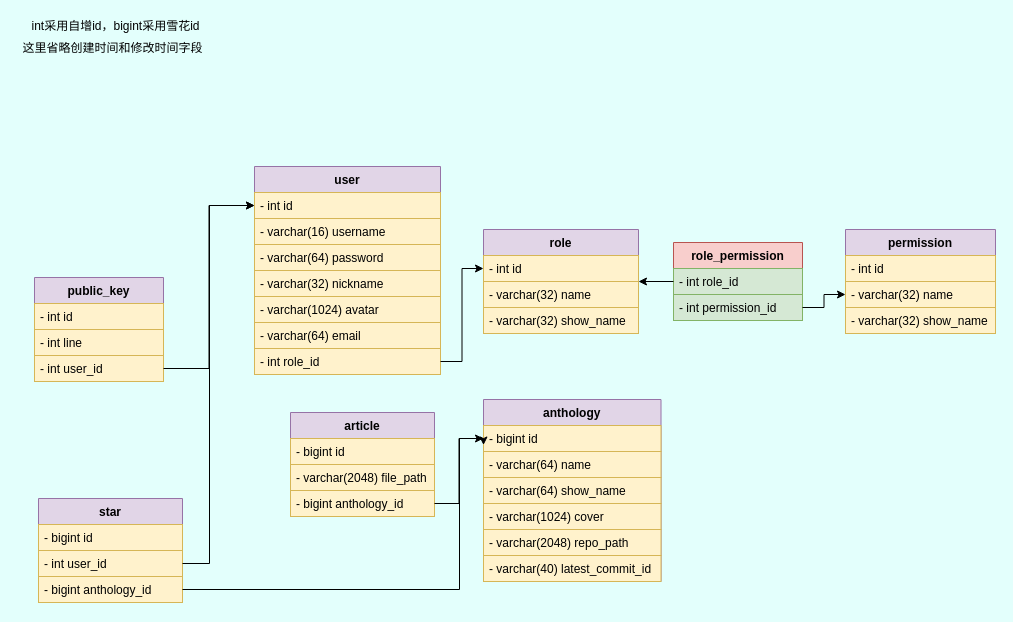
The draw.io diagram page "数据库" (2 of 3) of server-springboot/后端类图.dio in swsk33/git-document, before the edit. Source tidied: cells renumbered, new cells numbered last; positions are measured from the earlier drawing's top-left corner, leaving out a move shared by most shapes. Both pictures are drawn from the tidied source at 100%, with x=0, y=0 at pixel (17, 17).
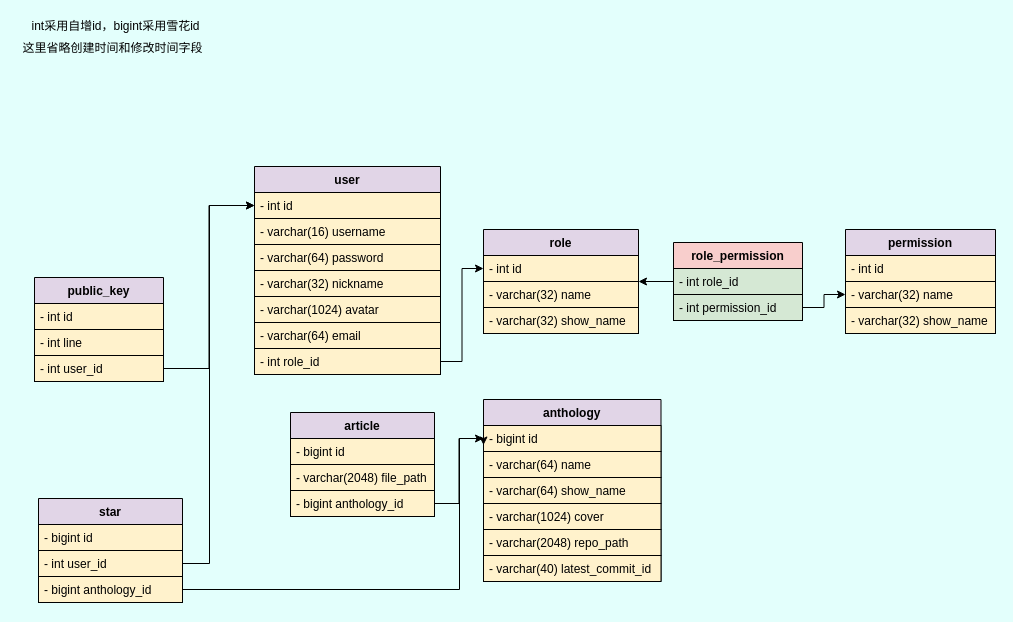
The same page after the edit.

The edit, as a diff of the source:
```diff
@@
-    <mxCell id="2" value="user" style="swimlane;fontStyle=1;align=center;verticalAlign=top;horizontal=1;startSize=26;fillColor=#e1d5e7;strokeColor=#9673a6;" parent="1" vertex="1">
+    <mxCell id="2" value="user" style="swimlane;fontStyle=1;align=center;verticalAlign=top;horizontal=1;startSize=26;fillColor=#e1d5e7;strokeColor=#000000;fontColor=#000000;" parent="1" vertex="1">
       <mxGeometry x="237" y="149" width="186" height="208" as="geometry" />
     </mxCell>
-    <mxCell id="3" value="- int id" style="text;strokeColor=#d6b656;fillColor=#fff2cc;align=left;verticalAlign=top;spacingLeft=4;spacingRight=4;overflow=hidden;points=[[0,0.5],[1,0.5]];portConstraint=eastwest;" parent="2" vertex="1">
+    <mxCell id="3" value="- int id" style="text;strokeColor=#000000;fillColor=#fff2cc;align=left;verticalAlign=top;spacingLeft=4;spacingRight=4;overflow=hidden;points=[[0,0.5],[1,0.5]];portConstraint=eastwest;fontColor=#000000;" parent="2" vertex="1">
       <mxGeometry y="26" width="186" height="26" as="geometry" />
     </mxCell>
-    <mxCell id="4" value="- varchar(16) username" style="text;strokeColor=#d6b656;fillColor=#fff2cc;align=left;verticalAlign=top;spacingLeft=4;spacingRight=4;overflow=hidden;" parent="2" vertex="1">
+    <mxCell id="4" value="- varchar(16) username" style="text;strokeColor=#000000;fillColor=#fff2cc;align=left;verticalAlign=top;spacingLeft=4;spacingRight=4;overflow=hidden;fontColor=#000000;" parent="2" vertex="1">
       <mxGeometry y="52" width="186" height="26" as="geometry" />
     </mxCell>
-    <mxCell id="5" value="- varchar(64) password" style="text;strokeColor=#d6b656;fillColor=#fff2cc;align=left;verticalAlign=top;spacingLeft=4;spacingRight=4;overflow=hidden;" parent="2" vertex="1">
+    <mxCell id="5" value="- varchar(64) password" style="text;strokeColor=#000000;fillColor=#fff2cc;align=left;verticalAlign=top;spacingLeft=4;spacingRight=4;overflow=hidden;fontColor=#000000;" parent="2" vertex="1">
       <mxGeometry y="78" width="186" height="26" as="geometry" />
     </mxCell>
-    <mxCell id="6" value="- varchar(32) nickname" style="text;strokeColor=#d6b656;fillColor=#fff2cc;align=left;verticalAlign=top;spacingLeft=4;spacingRight=4;overflow=hidden;" parent="2" vertex="1">
+    <mxCell id="6" value="- varchar(32) nickname" style="text;strokeColor=#000000;fillColor=#fff2cc;align=left;verticalAlign=top;spacingLeft=4;spacingRight=4;overflow=hidden;fontColor=#000000;" parent="2" vertex="1">
       <mxGeometry y="104" width="186" height="26" as="geometry" />
     </mxCell>
-    <mxCell id="7" value="- varchar(1024) avatar" style="text;strokeColor=#d6b656;fillColor=#fff2cc;align=left;verticalAlign=top;spacingLeft=4;spacingRight=4;overflow=hidden;" parent="2" vertex="1">
+    <mxCell id="7" value="- varchar(1024) avatar" style="text;strokeColor=#000000;fillColor=#fff2cc;align=left;verticalAlign=top;spacingLeft=4;spacingRight=4;overflow=hidden;fontColor=#000000;" parent="2" vertex="1">
       <mxGeometry y="130" width="186" height="26" as="geometry" />
     </mxCell>
-    <mxCell id="8" value="- varchar(64) email" style="text;strokeColor=#d6b656;fillColor=#fff2cc;align=left;verticalAlign=top;spacingLeft=4;spacingRight=4;overflow=hidden;" parent="2" vertex="1">
+    <mxCell id="8" value="- varchar(64) email" style="text;strokeColor=#000000;fillColor=#fff2cc;align=left;verticalAlign=top;spacingLeft=4;spacingRight=4;overflow=hidden;fontColor=#000000;" parent="2" vertex="1">
       <mxGeometry y="156" width="186" height="26" as="geometry" />
     </mxCell>
-    <mxCell id="9" value="- int role_id" style="text;strokeColor=#d6b656;fillColor=#fff2cc;align=left;verticalAlign=top;spacingLeft=4;spacingRight=4;overflow=hidden;points=[[0,0.5],[1,0.5]];portConstraint=eastwest;" parent="2" vertex="1">
+    <mxCell id="9" value="- int role_id" style="text;strokeColor=#000000;fillColor=#fff2cc;align=left;verticalAlign=top;spacingLeft=4;spacingRight=4;overflow=hidden;points=[[0,0.5],[1,0.5]];portConstraint=eastwest;fontColor=#000000;" parent="2" vertex="1">
       <mxGeometry y="182" width="186" height="26" as="geometry" />
     </mxCell>
-    <mxCell id="10" value="role" style="swimlane;fontStyle=1;align=center;verticalAlign=top;horizontal=1;startSize=26;fillColor=#e1d5e7;strokeColor=#9673a6;" parent="1" vertex="1">
+    <mxCell id="10" value="role" style="swimlane;fontStyle=1;align=center;verticalAlign=top;horizontal=1;startSize=26;fillColor=#e1d5e7;strokeColor=#000000;fontColor=#000000;" parent="1" vertex="1">
       <mxGeometry x="466" y="212" width="155" height="104" as="geometry" />
     </mxCell>
-    <mxCell id="11" value="- int id" style="text;strokeColor=#d6b656;fillColor=#fff2cc;align=left;verticalAlign=top;spacingLeft=4;spacingRight=4;overflow=hidden;points=[[0,0.5],[1,0.5]];portConstraint=eastwest;" parent="10" vertex="1">
+    <mxCell id="11" value="- int id" style="text;strokeColor=#000000;fillColor=#fff2cc;align=left;verticalAlign=top;spacingLeft=4;spacingRight=4;overflow=hidden;points=[[0,0.5],[1,0.5]];portConstraint=eastwest;fontColor=#000000;" parent="10" vertex="1">
       <mxGeometry y="26" width="155" height="26" as="geometry" />
     </mxCell>
-    <mxCell id="12" value="- varchar(32) name" style="text;strokeColor=#d6b656;fillColor=#fff2cc;align=left;verticalAlign=top;spacingLeft=4;spacingRight=4;overflow=hidden;" parent="10" vertex="1">
+    <mxCell id="12" value="- varchar(32) name" style="text;strokeColor=#000000;fillColor=#fff2cc;align=left;verticalAlign=top;spacingLeft=4;spacingRight=4;overflow=hidden;fontColor=#000000;" parent="10" vertex="1">
       <mxGeometry y="52" width="155" height="26" as="geometry" />
     </mxCell>
-    <mxCell id="13" value="- varchar(32) show_name" style="text;strokeColor=#d6b656;fillColor=#fff2cc;align=left;verticalAlign=top;spacingLeft=4;spacingRight=4;overflow=hidden;" parent="10" vertex="1">
+    <mxCell id="13" value="- varchar(32) show_name" style="text;strokeColor=#000000;fillColor=#fff2cc;align=left;verticalAlign=top;spacingLeft=4;spacingRight=4;overflow=hidden;fontColor=#000000;" parent="10" vertex="1">
       <mxGeometry y="78" width="155" height="26" as="geometry" />
     </mxCell>
-    <mxCell id="14" value="permission" style="swimlane;fontStyle=1;align=center;verticalAlign=top;horizontal=1;startSize=26;fillColor=#e1d5e7;strokeColor=#9673a6;" parent="1" vertex="1">
+    <mxCell id="14" value="permission" style="swimlane;fontStyle=1;align=center;verticalAlign=top;horizontal=1;startSize=26;fillColor=#e1d5e7;strokeColor=#000000;fontColor=#000000;" parent="1" vertex="1">
       <mxGeometry x="828" y="212" width="150" height="104" as="geometry" />
     </mxCell>
-    <mxCell id="15" value="- int id" style="text;strokeColor=#d6b656;fillColor=#fff2cc;align=left;verticalAlign=top;spacingLeft=4;spacingRight=4;overflow=hidden;" parent="14" vertex="1">
+    <mxCell id="15" value="- int id" style="text;strokeColor=#000000;fillColor=#fff2cc;align=left;verticalAlign=top;spacingLeft=4;spacingRight=4;overflow=hidden;fontColor=#000000;" parent="14" vertex="1">
       <mxGeometry y="26" width="150" height="26" as="geometry" />
     </mxCell>
-    <mxCell id="16" value="- varchar(32) name" style="text;strokeColor=#d6b656;fillColor=#fff2cc;align=left;verticalAlign=top;spacingLeft=4;spacingRight=4;overflow=hidden;points=[[0,0.5],[1,0.5]];portConstraint=eastwest;" parent="14" vertex="1">
+    <mxCell id="16" value="- varchar(32) name" style="text;strokeColor=#000000;fillColor=#fff2cc;align=left;verticalAlign=top;spacingLeft=4;spacingRight=4;overflow=hidden;points=[[0,0.5],[1,0.5]];portConstraint=eastwest;fontColor=#000000;" parent="14" vertex="1">
       <mxGeometry y="52" width="150" height="26" as="geometry" />
     </mxCell>
-    <mxCell id="17" value="- varchar(32) show_name" style="text;strokeColor=#d6b656;fillColor=#fff2cc;align=left;verticalAlign=top;spacingLeft=4;spacingRight=4;overflow=hidden;" parent="14" vertex="1">
+    <mxCell id="17" value="- varchar(32) show_name" style="text;strokeColor=#000000;fillColor=#fff2cc;align=left;verticalAlign=top;spacingLeft=4;spacingRight=4;overflow=hidden;fontColor=#000000;" parent="14" vertex="1">
       <mxGeometry y="78" width="150" height="26" as="geometry" />
     </mxCell>
-    <mxCell id="18" value="role_permission" style="swimlane;fontStyle=1;align=center;verticalAlign=top;horizontal=1;startSize=26;fillColor=#f8cecc;strokeColor=#b85450;" parent="1" vertex="1">
+    <mxCell id="18" value="role_permission" style="swimlane;fontStyle=1;align=center;verticalAlign=top;horizontal=1;startSize=26;fillColor=#f8cecc;strokeColor=#000000;fontColor=#000000;" parent="1" vertex="1">
       <mxGeometry x="656" y="225" width="129" height="78" as="geometry" />
     </mxCell>
-    <mxCell id="19" value="- int role_id" style="text;strokeColor=#82b366;fillColor=#d5e8d4;align=left;verticalAlign=top;spacingLeft=4;spacingRight=4;overflow=hidden;points=[[0,0.5],[1,0.5]];portConstraint=eastwest;" parent="18" vertex="1">
+    <mxCell id="19" value="- int role_id" style="text;strokeColor=#000000;fillColor=#d5e8d4;align=left;verticalAlign=top;spacingLeft=4;spacingRight=4;overflow=hidden;points=[[0,0.5],[1,0.5]];portConstraint=eastwest;fontColor=#000000;" parent="18" vertex="1">
       <mxGeometry y="26" width="129" height="26" as="geometry" />
     </mxCell>
-    <mxCell id="20" value="- int permission_id" style="text;strokeColor=#82b366;fillColor=#d5e8d4;align=left;verticalAlign=top;spacingLeft=4;spacingRight=4;overflow=hidden;points=[[0,0.5],[1,0.5]];portConstraint=eastwest;" parent="18" vertex="1">
+    <mxCell id="20" value="- int permission_id" style="text;strokeColor=#000000;fillColor=#d5e8d4;align=left;verticalAlign=top;spacingLeft=4;spacingRight=4;overflow=hidden;points=[[0,0.5],[1,0.5]];portConstraint=eastwest;fontColor=#000000;" parent="18" vertex="1">
       <mxGeometry y="52" width="129" height="26" as="geometry" />
     </mxCell>
-    <mxCell id="21" style="edgeStyle=orthogonalEdgeStyle;rounded=0;jettySize=auto;html=1;exitX=1;exitY=0.5;exitDx=0;exitDy=0;entryX=0;entryY=0.5;entryDx=0;entryDy=0;fontColor=#FF66B3;endArrow=classic;endFill=1;" parent="1" edge="1" source="9" target="11">
+    <mxCell id="21" style="edgeStyle=orthogonalEdgeStyle;rounded=0;jettySize=auto;html=1;exitX=1;exitY=0.5;exitDx=0;exitDy=0;entryX=0;entryY=0.5;entryDx=0;entryDy=0;fontColor=#000000;endArrow=classic;endFill=1;strokeColor=#000000;" parent="1" edge="1" source="9" target="11">
       <mxGeometry relative="1" as="geometry" />
     </mxCell>
-    <mxCell id="22" value="public_key" style="swimlane;fontStyle=1;align=center;verticalAlign=top;horizontal=1;startSize=26;fillColor=#e1d5e7;strokeColor=#9673a6;" parent="1" vertex="1">
+    <mxCell id="22" value="public_key" style="swimlane;fontStyle=1;align=center;verticalAlign=top;horizontal=1;startSize=26;fillColor=#e1d5e7;strokeColor=#000000;fontColor=#000000;" parent="1" vertex="1">
       <mxGeometry x="17" y="260" width="129" height="104" as="geometry" />
     </mxCell>
-    <mxCell id="23" value="- int id" style="text;strokeColor=#d6b656;fillColor=#fff2cc;align=left;verticalAlign=top;spacingLeft=4;spacingRight=4;overflow=hidden;" parent="22" vertex="1">
+    <mxCell id="23" value="- int id" style="text;strokeColor=#000000;fillColor=#fff2cc;align=left;verticalAlign=top;spacingLeft=4;spacingRight=4;overflow=hidden;fontColor=#000000;" parent="22" vertex="1">
       <mxGeometry y="26" width="129" height="26" as="geometry" />
     </mxCell>
-    <mxCell id="24" value="- int line" style="text;strokeColor=#d6b656;fillColor=#fff2cc;align=left;verticalAlign=top;spacingLeft=4;spacingRight=4;overflow=hidden;" parent="22" vertex="1">
+    <mxCell id="24" value="- int line" style="text;strokeColor=#000000;fillColor=#fff2cc;align=left;verticalAlign=top;spacingLeft=4;spacingRight=4;overflow=hidden;fontColor=#000000;" parent="22" vertex="1">
       <mxGeometry y="52" width="129" height="26" as="geometry" />
     </mxCell>
-    <mxCell id="25" value="- int user_id" style="text;strokeColor=#d6b656;fillColor=#fff2cc;align=left;verticalAlign=top;spacingLeft=4;spacingRight=4;overflow=hidden;points=[[0,0.5],[1,0.5]];portConstraint=eastwest;" parent="22" vertex="1">
+    <mxCell id="25" value="- int user_id" style="text;strokeColor=#000000;fillColor=#fff2cc;align=left;verticalAlign=top;spacingLeft=4;spacingRight=4;overflow=hidden;points=[[0,0.5],[1,0.5]];portConstraint=eastwest;fontColor=#000000;" parent="22" vertex="1">
       <mxGeometry y="78" width="129" height="26" as="geometry" />
     </mxCell>
-    <mxCell id="26" style="edgeStyle=orthogonalEdgeStyle;rounded=0;jettySize=auto;html=1;exitX=1;exitY=0.5;exitDx=0;exitDy=0;fontColor=#FF66B3;endArrow=classic;endFill=1;entryX=0;entryY=0.5;entryDx=0;entryDy=0;" parent="1" edge="1" source="25" target="3">
+    <mxCell id="26" style="edgeStyle=orthogonalEdgeStyle;rounded=0;jettySize=auto;html=1;exitX=1;exitY=0.5;exitDx=0;exitDy=0;fontColor=#000000;endArrow=classic;endFill=1;entryX=0;entryY=0.5;entryDx=0;entryDy=0;strokeColor=#000000;" parent="1" edge="1" source="25" target="3">
       <mxGeometry relative="1" as="geometry" />
     </mxCell>
-    <mxCell id="27" value="article" style="swimlane;fontStyle=1;align=center;verticalAlign=top;horizontal=1;startSize=26;fillColor=#e1d5e7;strokeColor=#9673a6;" parent="1" vertex="1">
+    <mxCell id="27" value="article" style="swimlane;fontStyle=1;align=center;verticalAlign=top;horizontal=1;startSize=26;fillColor=#e1d5e7;strokeColor=#000000;fontColor=#000000;" parent="1" vertex="1">
       <mxGeometry x="273" y="395" width="144" height="104" as="geometry" />
     </mxCell>
-    <mxCell id="28" value="- bigint id" style="text;strokeColor=#d6b656;fillColor=#fff2cc;align=left;verticalAlign=top;spacingLeft=4;spacingRight=4;overflow=hidden;" parent="27" vertex="1">
+    <mxCell id="28" value="- bigint id" style="text;strokeColor=#000000;fillColor=#fff2cc;align=left;verticalAlign=top;spacingLeft=4;spacingRight=4;overflow=hidden;fontColor=#000000;" parent="27" vertex="1">
       <mxGeometry y="26" width="144" height="26" as="geometry" />
     </mxCell>
-    <mxCell id="29" value="- varchar(2048) file_path" style="text;strokeColor=#d6b656;fillColor=#fff2cc;align=left;verticalAlign=top;spacingLeft=4;spacingRight=4;overflow=hidden;" parent="27" vertex="1">
+    <mxCell id="29" value="- varchar(2048) file_path" style="text;strokeColor=#000000;fillColor=#fff2cc;align=left;verticalAlign=top;spacingLeft=4;spacingRight=4;overflow=hidden;fontColor=#000000;" parent="27" vertex="1">
       <mxGeometry y="52" width="144" height="26" as="geometry" />
     </mxCell>
-    <mxCell id="30" value="- bigint anthology_id" style="text;strokeColor=#d6b656;fillColor=#fff2cc;align=left;verticalAlign=top;spacingLeft=4;spacingRight=4;overflow=hidden;points=[[0,0.5],[1,0.5]];portConstraint=eastwest;" parent="27" vertex="1">
+    <mxCell id="30" value="- bigint anthology_id" style="text;strokeColor=#000000;fillColor=#fff2cc;align=left;verticalAlign=top;spacingLeft=4;spacingRight=4;overflow=hidden;points=[[0,0.5],[1,0.5]];portConstraint=eastwest;fontColor=#000000;" parent="27" vertex="1">
       <mxGeometry y="78" width="144" height="26" as="geometry" />
     </mxCell>
-    <mxCell id="31" value="anthology" style="swimlane;fontStyle=1;align=center;verticalAlign=top;horizontal=1;startSize=26;fillColor=#e1d5e7;strokeColor=#9673a6;" parent="1" vertex="1">
+    <mxCell id="31" value="anthology" style="swimlane;fontStyle=1;align=center;verticalAlign=top;horizontal=1;startSize=26;fillColor=#e1d5e7;strokeColor=#000000;fontColor=#000000;" parent="1" vertex="1">
       <mxGeometry x="466" y="382" width="177.5" height="182" as="geometry" />
     </mxCell>
-    <mxCell id="32" value="- bigint id" style="text;strokeColor=#d6b656;fillColor=#fff2cc;align=left;verticalAlign=top;spacingLeft=4;spacingRight=4;overflow=hidden;points=[[0,0.5],[1,0.5]];portConstraint=eastwest;" parent="31" vertex="1">
+    <mxCell id="32" value="- bigint id" style="text;strokeColor=#000000;fillColor=#fff2cc;align=left;verticalAlign=top;spacingLeft=4;spacingRight=4;overflow=hidden;points=[[0,0.5],[1,0.5]];portConstraint=eastwest;fontColor=#000000;" parent="31" vertex="1">
       <mxGeometry y="26" width="177.5" height="26" as="geometry" />
     </mxCell>
-    <mxCell id="33" value="- varchar(64) name" style="text;strokeColor=#d6b656;fillColor=#fff2cc;align=left;verticalAlign=top;spacingLeft=4;spacingRight=4;overflow=hidden;" parent="31" vertex="1">
+    <mxCell id="33" value="- varchar(64) name" style="text;strokeColor=#000000;fillColor=#fff2cc;align=left;verticalAlign=top;spacingLeft=4;spacingRight=4;overflow=hidden;fontColor=#000000;" parent="31" vertex="1">
       <mxGeometry y="52" width="177.5" height="26" as="geometry" />
     </mxCell>
-    <mxCell id="34" value="- varchar(64) show_name" style="text;strokeColor=#d6b656;fillColor=#fff2cc;align=left;verticalAlign=top;spacingLeft=4;spacingRight=4;overflow=hidden;" parent="31" vertex="1">
+    <mxCell id="34" value="- varchar(64) show_name" style="text;strokeColor=#000000;fillColor=#fff2cc;align=left;verticalAlign=top;spacingLeft=4;spacingRight=4;overflow=hidden;fontColor=#000000;" parent="31" vertex="1">
       <mxGeometry y="78" width="177.5" height="26" as="geometry" />
     </mxCell>
-    <mxCell id="35" value="- varchar(1024) cover" style="text;strokeColor=#d6b656;fillColor=#fff2cc;align=left;verticalAlign=top;spacingLeft=4;spacingRight=4;overflow=hidden;" parent="31" vertex="1">
+    <mxCell id="35" value="- varchar(1024) cover" style="text;strokeColor=#000000;fillColor=#fff2cc;align=left;verticalAlign=top;spacingLeft=4;spacingRight=4;overflow=hidden;fontColor=#000000;" parent="31" vertex="1">
       <mxGeometry y="104" width="177.5" height="26" as="geometry" />
     </mxCell>
-    <mxCell id="36" value="- varchar(2048) repo_path" style="text;strokeColor=#d6b656;fillColor=#fff2cc;align=left;verticalAlign=top;spacingLeft=4;spacingRight=4;overflow=hidden;" parent="31" vertex="1">
+    <mxCell id="36" value="- varchar(2048) repo_path" style="text;strokeColor=#000000;fillColor=#fff2cc;align=left;verticalAlign=top;spacingLeft=4;spacingRight=4;overflow=hidden;fontColor=#000000;" parent="31" vertex="1">
       <mxGeometry y="130" width="177.5" height="26" as="geometry" />
     </mxCell>
-    <mxCell id="37" value="- varchar(40) latest_commit_id" style="text;strokeColor=#d6b656;fillColor=#fff2cc;align=left;verticalAlign=top;spacingLeft=4;spacingRight=4;overflow=hidden;" parent="31" vertex="1">
+    <mxCell id="37" value="- varchar(40) latest_commit_id" style="text;strokeColor=#000000;fillColor=#fff2cc;align=left;verticalAlign=top;spacingLeft=4;spacingRight=4;overflow=hidden;fontColor=#000000;" parent="31" vertex="1">
       <mxGeometry y="156" width="177.5" height="26" as="geometry" />
     </mxCell>
-    <mxCell id="38" style="edgeStyle=orthogonalEdgeStyle;rounded=0;jettySize=auto;html=1;exitX=1;exitY=0.5;exitDx=0;exitDy=0;entryX=0;entryY=0.5;entryDx=0;entryDy=0;fontColor=#FF66B3;endArrow=classic;endFill=1;" parent="1" edge="1" source="30" target="32">
+    <mxCell id="38" style="edgeStyle=orthogonalEdgeStyle;rounded=0;jettySize=auto;html=1;exitX=1;exitY=0.5;exitDx=0;exitDy=0;entryX=0;entryY=0.5;entryDx=0;entryDy=0;fontColor=#000000;endArrow=classic;endFill=1;strokeColor=#000000;" parent="1" edge="1" source="30" target="32">
       <mxGeometry relative="1" as="geometry" />
     </mxCell>
@@
-    <mxCell id="40" style="edgeStyle=orthogonalEdgeStyle;rounded=0;jettySize=auto;html=1;exitX=0;exitY=0.5;exitDx=0;exitDy=0;entryX=1;entryY=0.5;entryDx=0;entryDy=0;" parent="1" edge="1" source="19" target="10">
+    <mxCell id="40" style="edgeStyle=orthogonalEdgeStyle;rounded=0;jettySize=auto;html=1;exitX=0;exitY=0.5;exitDx=0;exitDy=0;entryX=1;entryY=0.5;entryDx=0;entryDy=0;fontColor=#000000;strokeColor=#000000;" parent="1" edge="1" source="19" target="10">
       <mxGeometry relative="1" as="geometry" />
     </mxCell>
-    <mxCell id="41" style="edgeStyle=orthogonalEdgeStyle;rounded=0;jettySize=auto;html=1;exitX=1;exitY=0.5;exitDx=0;exitDy=0;" parent="1" edge="1" source="20" target="16">
+    <mxCell id="41" style="edgeStyle=orthogonalEdgeStyle;rounded=0;jettySize=auto;html=1;exitX=1;exitY=0.5;exitDx=0;exitDy=0;fontColor=#000000;strokeColor=#000000;" parent="1" edge="1" source="20" target="16">
       <mxGeometry relative="1" as="geometry" />
     </mxCell>
-    <mxCell id="42" value="这里省略创建时间和修改时间字段" style="text;html=1;align=center;verticalAlign=middle;strokeColor=none;fillColor=none;" parent="1" vertex="1">
+    <mxCell id="42" value="这里省略创建时间和修改时间字段" style="text;html=1;align=center;verticalAlign=middle;strokeColor=none;fillColor=none;fontColor=#000000;" parent="1" vertex="1">
       <mxGeometry y="22" width="190" height="18" as="geometry" />
     </mxCell>
-    <mxCell id="43" value="star" style="swimlane;fontStyle=1;align=center;verticalAlign=top;horizontal=1;startSize=26;fillColor=#e1d5e7;strokeColor=#9673a6;" parent="1" vertex="1">
+    <mxCell id="43" value="star" style="swimlane;fontStyle=1;align=center;verticalAlign=top;horizontal=1;startSize=26;fillColor=#e1d5e7;strokeColor=#000000;fontColor=#000000;" parent="1" vertex="1">
       <mxGeometry x="21" y="481" width="144" height="104" as="geometry" />
     </mxCell>
-    <mxCell id="44" value="- bigint id" style="text;strokeColor=#d6b656;fillColor=#fff2cc;align=left;verticalAlign=top;spacingLeft=4;spacingRight=4;overflow=hidden;" parent="43" vertex="1">
+    <mxCell id="44" value="- bigint id" style="text;strokeColor=#000000;fillColor=#fff2cc;align=left;verticalAlign=top;spacingLeft=4;spacingRight=4;overflow=hidden;fontColor=#000000;" parent="43" vertex="1">
       <mxGeometry y="26" width="144" height="26" as="geometry" />
     </mxCell>
-    <mxCell id="45" value="- int user_id" style="text;strokeColor=#d6b656;fillColor=#fff2cc;align=left;verticalAlign=top;spacingLeft=4;spacingRight=4;overflow=hidden;points=[[0,0.5],[1,0.5]];portConstraint=eastwest;" parent="43" vertex="1">
+    <mxCell id="45" value="- int user_id" style="text;strokeColor=#000000;fillColor=#fff2cc;align=left;verticalAlign=top;spacingLeft=4;spacingRight=4;overflow=hidden;points=[[0,0.5],[1,0.5]];portConstraint=eastwest;fontColor=#000000;" parent="43" vertex="1">
       <mxGeometry y="52" width="144" height="26" as="geometry" />
     </mxCell>
-    <mxCell id="46" value="- bigint anthology_id" style="text;strokeColor=#d6b656;fillColor=#fff2cc;align=left;verticalAlign=top;spacingLeft=4;spacingRight=4;overflow=hidden;points=[[0,0.5],[1,0.5]];portConstraint=eastwest;" parent="43" vertex="1">
+    <mxCell id="46" value="- bigint anthology_id" style="text;strokeColor=#000000;fillColor=#fff2cc;align=left;verticalAlign=top;spacingLeft=4;spacingRight=4;overflow=hidden;points=[[0,0.5],[1,0.5]];portConstraint=eastwest;fontColor=#000000;" parent="43" vertex="1">
       <mxGeometry y="78" width="144" height="26" as="geometry" />
     </mxCell>
-    <mxCell id="47" style="edgeStyle=orthogonalEdgeStyle;rounded=0;jettySize=auto;html=1;exitX=1;exitY=0.5;exitDx=0;exitDy=0;entryX=0;entryY=0.5;entryDx=0;entryDy=0;" parent="1" edge="1" source="45" target="3">
+    <mxCell id="47" style="edgeStyle=orthogonalEdgeStyle;rounded=0;jettySize=auto;html=1;exitX=1;exitY=0.5;exitDx=0;exitDy=0;entryX=0;entryY=0.5;entryDx=0;entryDy=0;fontColor=#000000;strokeColor=#000000;" parent="1" edge="1" source="45" target="3">
       <mxGeometry relative="1" as="geometry">
         <Array as="points">
           <mxPoint x="192" y="546" />
           <mxPoint x="192" y="188" />
         </Array>
       </mxGeometry>
     </mxCell>
-    <mxCell id="48" style="edgeStyle=orthogonalEdgeStyle;rounded=0;jettySize=auto;html=1;exitX=1;exitY=0.5;exitDx=0;exitDy=0;entryX=0;entryY=0.25;entryDx=0;entryDy=0;" parent="1" edge="1" source="46" target="31">
+    <mxCell id="48" style="edgeStyle=orthogonalEdgeStyle;rounded=0;jettySize=auto;html=1;exitX=1;exitY=0.5;exitDx=0;exitDy=0;entryX=0;entryY=0.25;entryDx=0;entryDy=0;fontColor=#000000;strokeColor=#000000;" parent="1" edge="1" source="46" target="31">
       <mxGeometry relative="1" as="geometry">
         <Array as="points">
           <mxPoint x="442" y="572" />
           <mxPoint x="442" y="421" />
         </Array>
       </mxGeometry>
     </mxCell>
```
